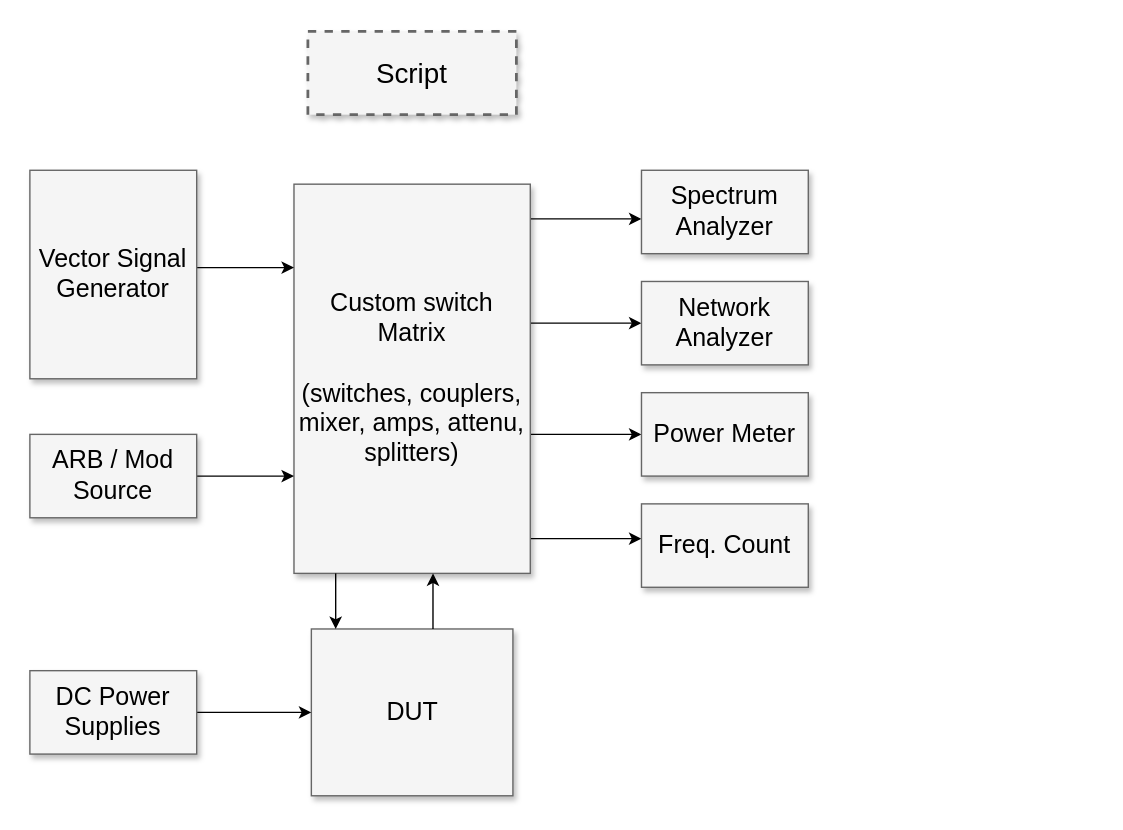
This is Untitled Diagram.drawio from vojtulan/bachelor-thesis, a draw.io file, before an edit. Source tidied: cells renumbered, new cells numbered last; positions are measured from the earlier drawing's top-left corner, leaving out a move shared by most shapes. Both pictures are drawn from the tidied source at 139%, with x=0, y=0 at pixel (29, 31).
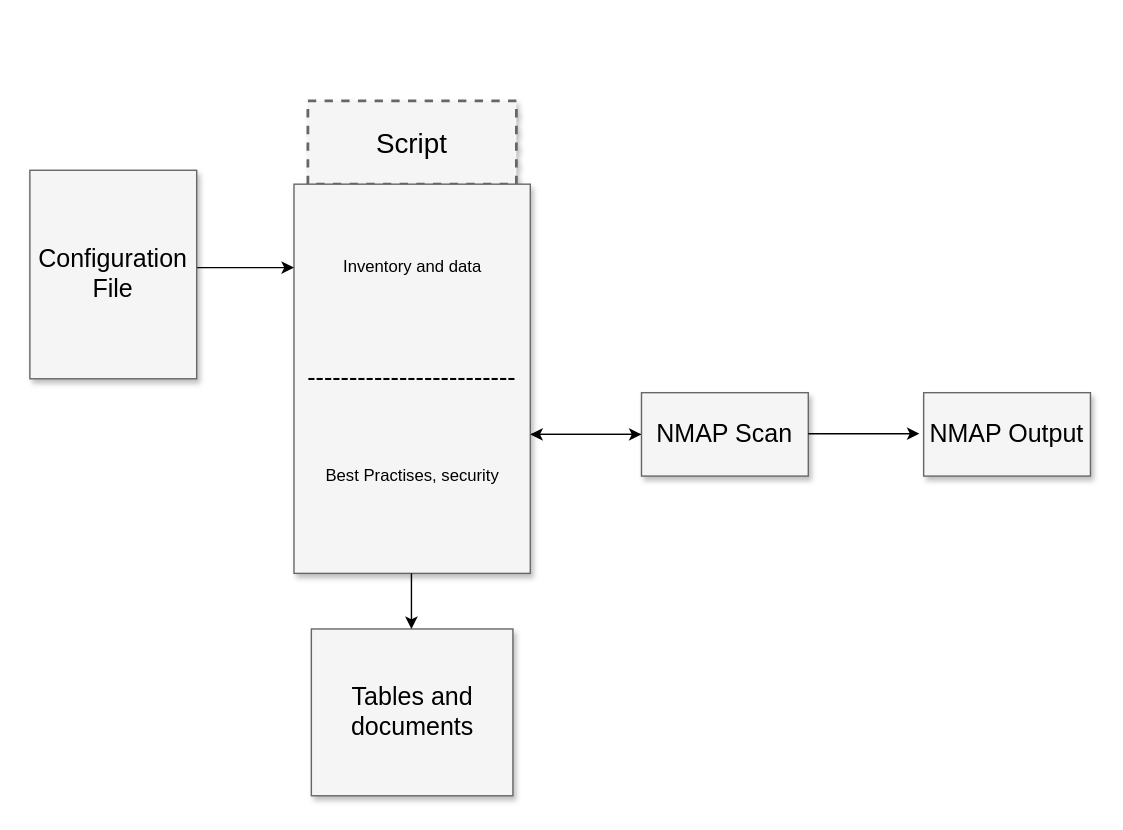
The same page after the edit.

The edit, as a diff of the source:
```diff
@@
     <mxCell id="2" value="Script" style="whiteSpace=wrap;html=1;shadow=1;fontSize=20;fillColor=#f5f5f5;strokeColor=#666666;strokeWidth=2;dashed=1;" parent="1" vertex="1">
-      <mxGeometry x="200" width="150" height="60" as="geometry" />
+      <mxGeometry x="200" y="50" width="150" height="60" as="geometry" />
     </mxCell>
-    <mxCell id="3" style="edgeStyle=elbowEdgeStyle;rounded=0;html=1;startArrow=none;startFill=0;jettySize=auto;fontSize=18;elbow=vertical;" parent="1" edge="1" source="7" target="8">
-      <mxGeometry relative="1" as="geometry" />
-    </mxCell>
-    <mxCell id="4" style="edgeStyle=elbowEdgeStyle;rounded=0;html=1;startArrow=none;startFill=0;jettySize=auto;fontSize=18;elbow=vertical;" parent="1" edge="1" source="7" target="9">
-      <mxGeometry relative="1" as="geometry" />
-    </mxCell>
@@
-    <mxCell id="6" style="edgeStyle=elbowEdgeStyle;rounded=0;html=1;startArrow=none;startFill=0;jettySize=auto;fontSize=18;elbow=vertical;" parent="1" edge="1" source="7" target="11">
-      <mxGeometry relative="1" as="geometry" />
-    </mxCell>
-    <mxCell id="7" value="Custom switch Matrix&lt;div&gt;&lt;br&gt;&lt;/div&gt;&lt;div&gt;(switches, couplers, mixer, amps, attenu, splitters)&lt;/div&gt;" style="whiteSpace=wrap;html=1;shadow=1;fontSize=18;fillColor=#f5f5f5;strokeColor=#666666;" parent="1" vertex="1">
+    <mxCell id="7" value="-------------------------" style="whiteSpace=wrap;html=1;shadow=1;fontSize=18;fillColor=#f5f5f5;strokeColor=#666666;" parent="1" vertex="1">
       <mxGeometry x="190" y="110" width="170" height="280" as="geometry" />
     </mxCell>
-    <mxCell id="8" value="Spectrum Analyzer" style="whiteSpace=wrap;html=1;shadow=1;fontSize=18;fillColor=#f5f5f5;strokeColor=#666666;" parent="1" vertex="1">
-      <mxGeometry x="440" y="100" width="120" height="60" as="geometry" />
-    </mxCell>
-    <mxCell id="9" value="Network Analyzer" style="whiteSpace=wrap;html=1;shadow=1;fontSize=18;fillColor=#f5f5f5;strokeColor=#666666;" parent="1" vertex="1">
-      <mxGeometry x="440" y="180" width="120" height="60" as="geometry" />
-    </mxCell>
+    <mxCell id="21" style="edgeStyle=orthogonalEdgeStyle;rounded=0;jettySize=auto;html=1;" parent="1" edge="1" source="10">
+      <mxGeometry relative="1" as="geometry">
+        <mxPoint x="360" y="290" as="targetPoint" />
+      </mxGeometry>
+    </mxCell>
-    <mxCell id="10" value="Power Meter" style="whiteSpace=wrap;html=1;shadow=1;fontSize=18;fillColor=#f5f5f5;strokeColor=#666666;" parent="1" vertex="1">
+    <mxCell id="10" value="NMAP Scan" style="whiteSpace=wrap;html=1;shadow=1;fontSize=18;fillColor=#f5f5f5;strokeColor=#666666;" parent="1" vertex="1">
       <mxGeometry x="440" y="260" width="120" height="60" as="geometry" />
     </mxCell>
-    <mxCell id="11" value="Freq. Count" style="whiteSpace=wrap;html=1;shadow=1;fontSize=18;fillColor=#f5f5f5;strokeColor=#666666;" parent="1" vertex="1">
-      <mxGeometry x="440" y="340" width="120" height="60" as="geometry" />
-    </mxCell>
@@
-    <mxCell id="13" value="Vector Signal Generator" style="whiteSpace=wrap;html=1;shadow=1;fontSize=18;fillColor=#f5f5f5;strokeColor=#666666;" parent="1" vertex="1">
+    <mxCell id="13" value="Configuration&lt;br&gt;File" style="whiteSpace=wrap;html=1;shadow=1;fontSize=18;fillColor=#f5f5f5;strokeColor=#666666;" parent="1" vertex="1">
       <mxGeometry y="100" width="120" height="150" as="geometry" />
     </mxCell>
-    <mxCell id="14" style="edgeStyle=elbowEdgeStyle;rounded=0;html=1;startArrow=none;startFill=0;jettySize=auto;fontSize=18;elbow=vertical;" parent="1" edge="1" source="15" target="7">
-      <mxGeometry relative="1" as="geometry" />
-    </mxCell>
-    <mxCell id="15" value="ARB / Mod Source" style="whiteSpace=wrap;html=1;shadow=1;fontSize=18;fillColor=#f5f5f5;strokeColor=#666666;" parent="1" vertex="1">
-      <mxGeometry y="290" width="120" height="60" as="geometry" />
-    </mxCell>
-    <mxCell id="16" value="DUT" style="whiteSpace=wrap;html=1;shadow=1;fontSize=18;fillColor=#f5f5f5;strokeColor=#666666;" parent="1" vertex="1">
+    <mxCell id="16" value="Tables and documents" style="whiteSpace=wrap;html=1;shadow=1;fontSize=18;fillColor=#f5f5f5;strokeColor=#666666;" parent="1" vertex="1">
       <mxGeometry x="202.5" y="430" width="145" height="120" as="geometry" />
     </mxCell>
-    <mxCell id="17" style="edgeStyle=elbowEdgeStyle;rounded=0;html=1;startArrow=none;startFill=0;jettySize=auto;fontSize=18;elbow=vertical;" parent="1" edge="1" source="18" target="16">
-      <mxGeometry relative="1" as="geometry" />
-    </mxCell>
-    <mxCell id="18" value="DC Power Supplies" style="whiteSpace=wrap;html=1;shadow=1;fontSize=18;fillColor=#f5f5f5;strokeColor=#666666;" parent="1" vertex="1">
-      <mxGeometry y="460" width="120" height="60" as="geometry" />
-    </mxCell>
-    <mxCell id="19" style="edgeStyle=elbowEdgeStyle;rounded=0;html=1;startArrow=none;startFill=0;jettySize=auto;orthogonalLoop=1;fontSize=18;" parent="1" edge="1">
-      <mxGeometry relative="1" as="geometry">
-        <mxPoint x="290" y="430" as="sourcePoint" />
-        <mxPoint x="290" y="390" as="targetPoint" />
-        <Array as="points">
-          <mxPoint x="290" y="410" />
-          <mxPoint x="290" y="410" />
-        </Array>
-      </mxGeometry>
-    </mxCell>
     <mxCell id="20" style="edgeStyle=elbowEdgeStyle;rounded=0;html=1;startArrow=none;startFill=0;jettySize=auto;orthogonalLoop=1;fontSize=18;" parent="1" edge="1">
       <mxGeometry relative="1" as="geometry">
-        <mxPoint x="220" y="390" as="sourcePoint" />
-        <mxPoint x="220" y="430" as="targetPoint" />
+        <mxPoint x="274.5" y="390" as="sourcePoint" />
+        <mxPoint x="274.5" y="430" as="targetPoint" />
         <Array as="points">
-          <mxPoint x="220" y="410" />
-          <mxPoint x="250" y="420" />
+          <mxPoint x="274.5" y="410" />
+          <mxPoint x="304.5" y="420" />
         </Array>
       </mxGeometry>
     </mxCell>
+    <mxCell id="22" value="Inventory and data" style="text;html=1;align=center;verticalAlign=middle;fillColor=none;strokeColor=none;rounded=0;" parent="1" vertex="1">
+      <mxGeometry x="215" y="160" width="120" height="20" as="geometry" />
+    </mxCell>
+    <mxCell id="23" value="Best Practises, security" style="text;html=1;align=center;verticalAlign=middle;fillColor=none;strokeColor=none;rounded=0;" parent="1" vertex="1">
+      <mxGeometry x="205" y="310" width="140" height="20" as="geometry" />
+    </mxCell>
+    <mxCell id="24" style="edgeStyle=orthogonalEdgeStyle;rounded=0;orthogonalLoop=1;jettySize=auto;html=1;" parent="1" edge="1">
+      <mxGeometry relative="1" as="geometry">
+        <mxPoint x="560" y="289.5" as="sourcePoint" />
+        <mxPoint x="640" y="289.5" as="targetPoint" />
+      </mxGeometry>
+    </mxCell>
+    <mxCell id="25" value="NMAP Output" style="whiteSpace=wrap;html=1;shadow=1;fontSize=18;fillColor=#f5f5f5;strokeColor=#666666;" parent="1" vertex="1">
+      <mxGeometry x="643" y="260" width="120" height="60" as="geometry" />
+    </mxCell>
```
